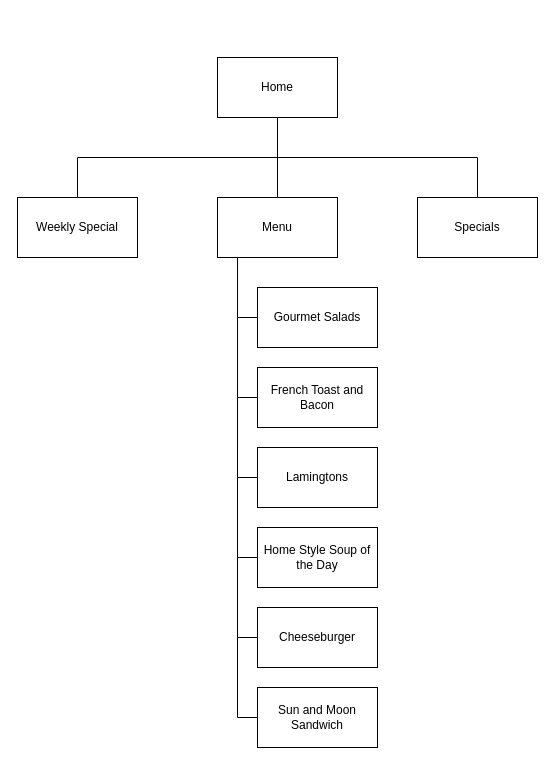
The draw.io diagram Website.drawio in aidenlignieres/CP1406_Basic_Web_Assignment, before the edit. Source tidied: cells renumbered, new cells numbered last; positions are measured from the earlier drawing's top-left corner, leaving out a move shared by most shapes. Both pictures are drawn from the tidied source at 100%, with x=0, y=0 at pixel (17, 57).
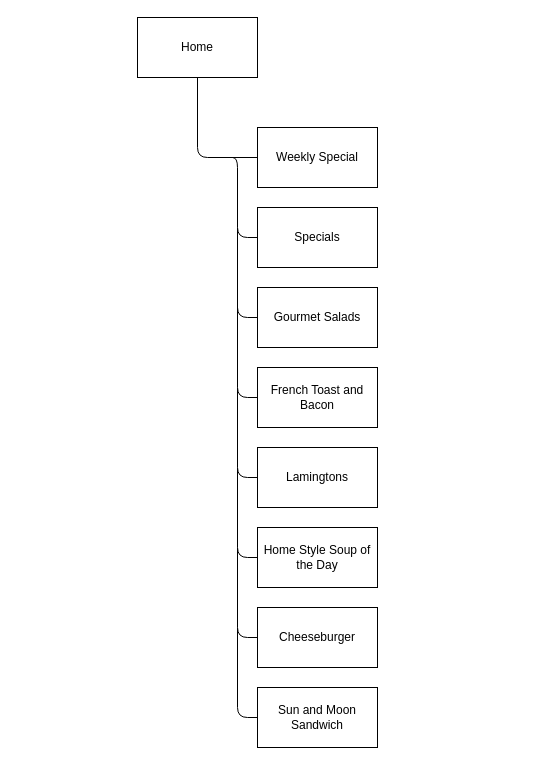
After the change.

The change refers to these unchanged cells:
```xml
<mxCell id="5" value="Gourmet Salads" style="rounded=0;whiteSpace=wrap;html=1;" parent="1" vertex="1">
  <mxGeometry x="240" y="230" width="120" height="60" as="geometry" />
</mxCell>
<mxCell id="6" value="Lamingtons" style="rounded=0;whiteSpace=wrap;html=1;" parent="1" vertex="1">
  <mxGeometry x="240" y="390" width="120" height="60" as="geometry" />
</mxCell>
<mxCell id="7" value="French Toast and Bacon" style="rounded=0;whiteSpace=wrap;html=1;" parent="1" vertex="1">
  <mxGeometry x="240" y="310" width="120" height="60" as="geometry" />
</mxCell>
<mxCell id="8" value="Home Style Soup of the Day" style="rounded=0;whiteSpace=wrap;html=1;" parent="1" vertex="1">
  <mxGeometry x="240" y="470" width="120" height="60" as="geometry" />
</mxCell>
<mxCell id="9" value="Cheeseburger" style="rounded=0;whiteSpace=wrap;html=1;" parent="1" vertex="1">
  <mxGeometry x="240" y="550" width="120" height="60" as="geometry" />
</mxCell>
<mxCell id="10" value="Sun and Moon Sandwich" style="rounded=0;whiteSpace=wrap;html=1;" parent="1" vertex="1">
  <mxGeometry x="240" y="630" width="120" height="60" as="geometry" />
</mxCell>
```

Diff of the diagram source:
```diff
@@
     <mxCell id="2" value="Home" style="rounded=0;whiteSpace=wrap;html=1;" parent="1" vertex="1">
-      <mxGeometry x="200" width="120" height="60" as="geometry" />
+      <mxGeometry x="120" y="-40" width="120" height="60" as="geometry" />
     </mxCell>
     <mxCell id="3" value="Weekly Special" style="rounded=0;whiteSpace=wrap;html=1;" parent="1" vertex="1">
-      <mxGeometry y="140" width="120" height="60" as="geometry" />
+      <mxGeometry x="240" y="70" width="120" height="60" as="geometry" />
     </mxCell>
-    <mxCell id="4" value="Menu" style="rounded=0;whiteSpace=wrap;html=1;" parent="1" vertex="1">
-      <mxGeometry x="200" y="140" width="120" height="60" as="geometry" />
-    </mxCell>
@@
-    <mxCell id="11" style="endArrow=none;html=1;" parent="1" edge="1">
-      <mxGeometry relative="1" as="geometry">
-        <mxPoint x="220" y="260" as="sourcePoint" />
-        <mxPoint x="240" y="260" as="targetPoint" />
-      </mxGeometry>
-    </mxCell>
-    <mxCell id="12" style="endArrow=none;html=1;entryX=0;entryY=0.5;entryDx=0;entryDy=0;" parent="1" edge="1" target="7">
-      <mxGeometry relative="1" as="geometry">
-        <mxPoint x="220" y="340" as="sourcePoint" />
-      </mxGeometry>
-    </mxCell>
-    <mxCell id="13" style="endArrow=none;html=1;exitX=0;exitY=0.5;exitDx=0;exitDy=0;" parent="1" edge="1" source="9">
-      <mxGeometry relative="1" as="geometry">
-        <mxPoint x="220" y="580" as="targetPoint" />
-      </mxGeometry>
-    </mxCell>
-    <mxCell id="14" style="endArrow=none;html=1;exitX=0;exitY=0.5;exitDx=0;exitDy=0;" parent="1" edge="1" source="8">
-      <mxGeometry relative="1" as="geometry">
-        <mxPoint x="220" y="500" as="targetPoint" />
-      </mxGeometry>
-    </mxCell>
-    <mxCell id="15" style="endArrow=none;html=1;entryX=0;entryY=0.5;entryDx=0;entryDy=0;" parent="1" edge="1" target="6">
-      <mxGeometry relative="1" as="geometry">
-        <mxPoint x="220" y="420" as="sourcePoint" />
-      </mxGeometry>
-    </mxCell>
-    <mxCell id="16" style="endArrow=none;html=1;exitX=0.167;exitY=1;exitDx=0;exitDy=0;exitPerimeter=0;" parent="1" edge="1" source="4">
-      <mxGeometry relative="1" as="geometry">
-        <mxPoint x="220" y="660" as="targetPoint" />
-      </mxGeometry>
-    </mxCell>
-    <mxCell id="17" style="endArrow=none;html=1;entryX=0;entryY=0.5;entryDx=0;entryDy=0;" parent="1" edge="1" target="10">
-      <mxGeometry relative="1" as="geometry">
-        <mxPoint x="220" y="660" as="sourcePoint" />
-      </mxGeometry>
-    </mxCell>
     <mxCell id="18" value="Specials" style="rounded=0;whiteSpace=wrap;html=1;" parent="1" vertex="1">
-      <mxGeometry x="400" y="140" width="120" height="60" as="geometry" />
+      <mxGeometry x="240" y="150" width="120" height="60" as="geometry" />
     </mxCell>
-    <mxCell id="19" style="endArrow=none;html=1;entryX=0.5;entryY=1;entryDx=0;entryDy=0;exitX=0.5;exitY=0;exitDx=0;exitDy=0;" parent="1" edge="1" source="4" target="2">
-      <mxGeometry relative="1" as="geometry" />
-    </mxCell>
-    <mxCell id="20" style="endArrow=none;html=1;" parent="1" edge="1">
-      <mxGeometry relative="1" as="geometry">
-        <mxPoint x="460" y="100" as="sourcePoint" />
-        <mxPoint x="260" y="100" as="targetPoint" />
-      </mxGeometry>
-    </mxCell>
-    <mxCell id="21" style="endArrow=none;html=1;exitX=0.5;exitY=0;exitDx=0;exitDy=0;" parent="1" edge="1" source="18">
-      <mxGeometry relative="1" as="geometry">
-        <mxPoint x="460" y="100" as="targetPoint" />
-      </mxGeometry>
-    </mxCell>
-    <mxCell id="22" style="endArrow=none;html=1;entryX=0.5;entryY=0;entryDx=0;entryDy=0;" parent="1" edge="1" target="3">
-      <mxGeometry relative="1" as="geometry">
-        <mxPoint x="60" y="100" as="sourcePoint" />
-      </mxGeometry>
-    </mxCell>
-    <mxCell id="23" style="endArrow=none;html=1;" parent="1" edge="1">
-      <mxGeometry relative="1" as="geometry">
-        <mxPoint x="260" y="100" as="sourcePoint" />
-        <mxPoint x="60" y="100" as="targetPoint" />
-      </mxGeometry>
-    </mxCell>
+    <mxCell id="24" style="endArrow=none;html=1;exitX=0;exitY=0.5;exitDx=0;exitDy=0;" parent="1" edge="1" source="7">
+      <mxGeometry relative="1" as="geometry">
+        <mxPoint x="220" y="240" as="targetPoint" />
+        <Array as="points">
+          <mxPoint x="220" y="340" />
+        </Array>
+      </mxGeometry>
+    </mxCell>
+    <mxCell id="25" style="endArrow=none;html=1;exitX=0;exitY=0.5;exitDx=0;exitDy=0;" parent="1" edge="1" source="6">
+      <mxGeometry relative="1" as="geometry">
+        <mxPoint x="220" y="330" as="targetPoint" />
+        <Array as="points">
+          <mxPoint x="220" y="420" />
+        </Array>
+      </mxGeometry>
+    </mxCell>
+    <mxCell id="26" style="endArrow=none;html=1;exitX=0;exitY=0.5;exitDx=0;exitDy=0;" parent="1" edge="1" source="10">
+      <mxGeometry relative="1" as="geometry">
+        <mxPoint x="220" y="570" as="targetPoint" />
+        <Array as="points">
+          <mxPoint x="220" y="660" />
+        </Array>
+      </mxGeometry>
+    </mxCell>
+    <mxCell id="27" style="endArrow=none;html=1;exitX=0;exitY=0.5;exitDx=0;exitDy=0;" parent="1" edge="1" source="9">
+      <mxGeometry relative="1" as="geometry">
+        <mxPoint x="220" y="490" as="targetPoint" />
+        <Array as="points">
+          <mxPoint x="220" y="580" />
+        </Array>
+      </mxGeometry>
+    </mxCell>
+    <mxCell id="28" style="endArrow=none;html=1;exitX=0;exitY=0.5;exitDx=0;exitDy=0;" parent="1" edge="1" source="8">
+      <mxGeometry relative="1" as="geometry">
+        <mxPoint x="220" y="410" as="targetPoint" />
+        <Array as="points">
+          <mxPoint x="220" y="500" />
+        </Array>
+      </mxGeometry>
+    </mxCell>
+    <mxCell id="29" style="endArrow=none;html=1;entryX=0.5;entryY=1;entryDx=0;entryDy=0;exitX=0;exitY=0.5;exitDx=0;exitDy=0;" parent="1" edge="1" source="3" target="2">
+      <mxGeometry relative="1" as="geometry">
+        <Array as="points">
+          <mxPoint x="180" y="100" />
+        </Array>
+      </mxGeometry>
+    </mxCell>
+    <mxCell id="30" style="endArrow=none;html=1;exitX=0;exitY=0.5;exitDx=0;exitDy=0;" parent="1" edge="1" source="5">
+      <mxGeometry relative="1" as="geometry">
+        <mxPoint x="220" y="170" as="targetPoint" />
+        <Array as="points">
+          <mxPoint x="220" y="260" />
+        </Array>
+      </mxGeometry>
+    </mxCell>
+    <mxCell id="31" style="endArrow=none;html=1;exitX=0;exitY=0.5;exitDx=0;exitDy=0;" parent="1" edge="1" source="18">
+      <mxGeometry relative="1" as="geometry">
+        <mxPoint x="210" y="100" as="targetPoint" />
+        <Array as="points">
+          <mxPoint x="220" y="180" />
+          <mxPoint x="220" y="100" />
+        </Array>
+      </mxGeometry>
+    </mxCell>
```
